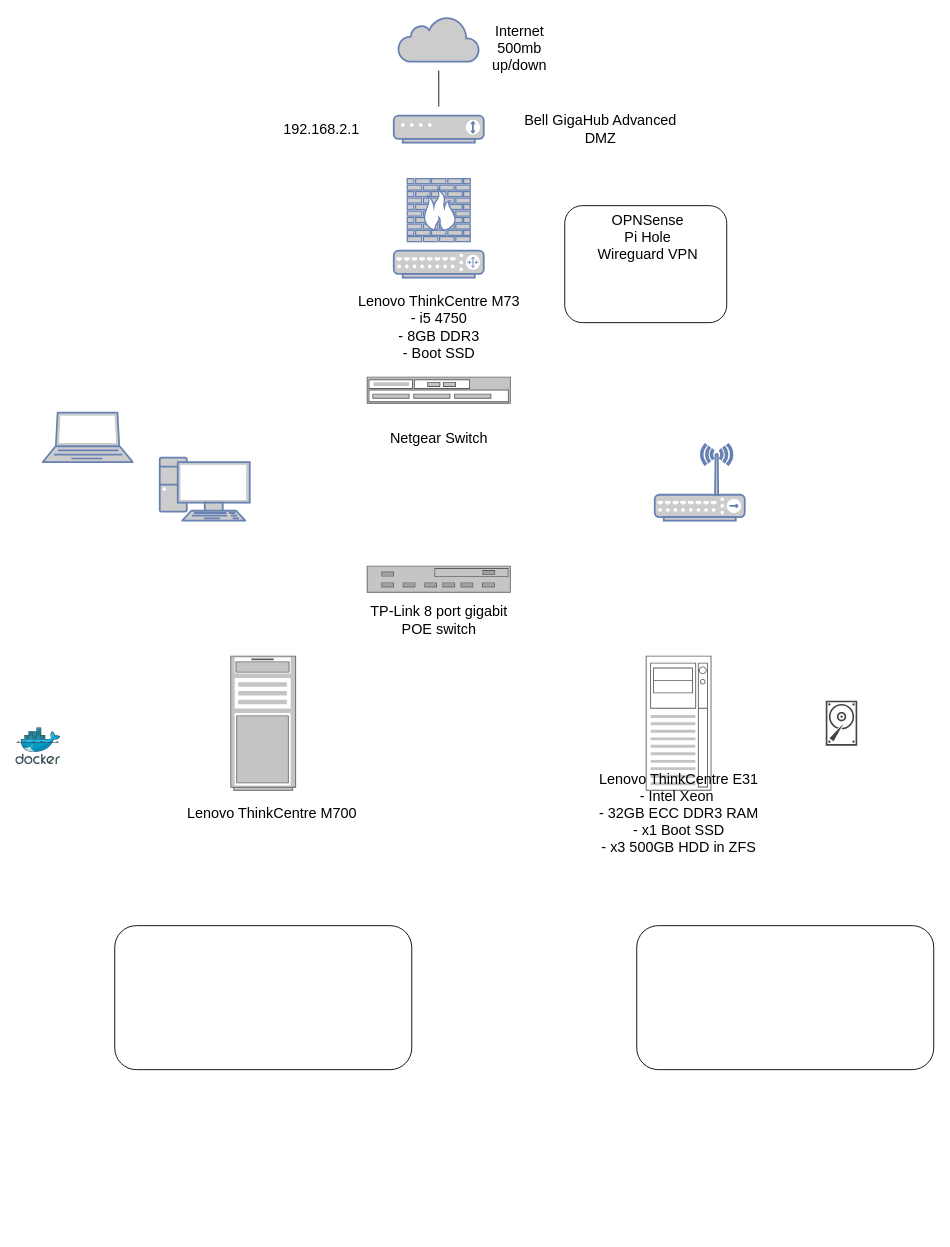
The draw.io diagram network-diagram.drawio in lawrence-matsuoka/home-server, before the edit. Source tidied: cells renumbered, new cells numbered last; positions are measured from the earlier drawing's top-left corner, leaving out a move shared by most shapes. Both pictures are drawn from the tidied source at 90%, with x=0, y=0 at pixel (15, 16).
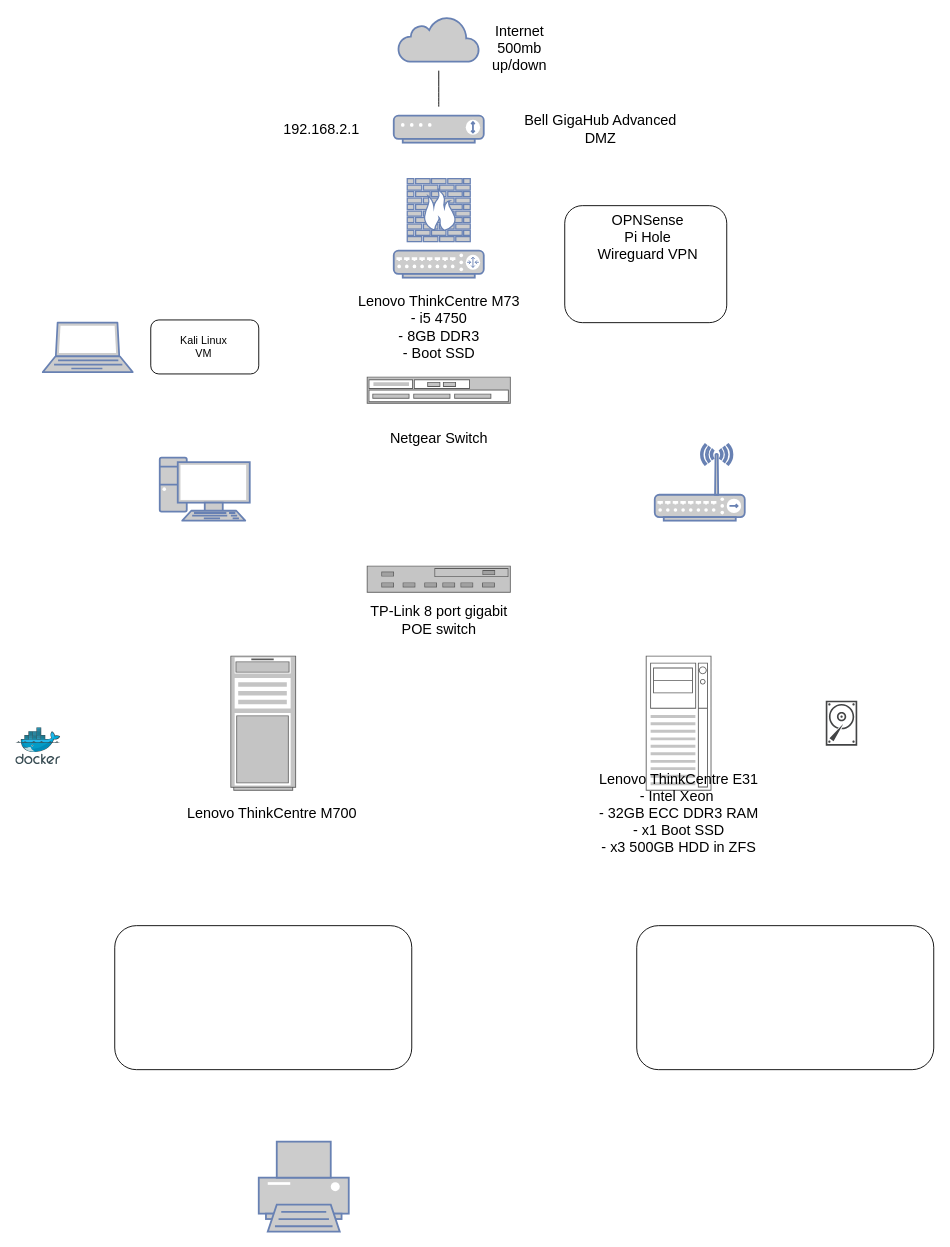
Above is the later version.

Commit message (it also covers changes not shown here):
add details for truenas scale machine

What changed in the source:
```diff
@@
     <mxCell id="10" style="fontColor=#0066CC;verticalAlign=top;verticalLabelPosition=bottom;labelPosition=center;align=center;html=1;fillColor=#CCCCCC;strokeColor=#6881B3;gradientColor=none;gradientDirection=north;strokeWidth=2;shape=mxgraph.networks.laptop;" parent="1" vertex="1">
-      <mxGeometry x="30" y="440" width="100" height="55" as="geometry" />
+      <mxGeometry x="30" y="340" width="100" height="55" as="geometry" />
     </mxCell>
@@
+    <mxCell id="28" style="fontColor=#0066CC;verticalAlign=top;verticalLabelPosition=bottom;labelPosition=center;align=center;html=1;fillColor=#CCCCCC;strokeColor=#6881B3;gradientColor=none;gradientDirection=north;strokeWidth=2;shape=mxgraph.networks.printer;" parent="1" vertex="1">
+      <mxGeometry x="270" y="1250" width="100" height="100" as="geometry" />
+    </mxCell>
+    <mxCell id="29" style="rounded=1;whiteSpace=wrap;html=1;" parent="1" vertex="1">
+      <mxGeometry x="150" y="337" width="120" height="60" as="geometry" />
+    </mxCell>
+    <mxCell id="30" value="Kali Linux VM" style="text;html=1;align=center;verticalAlign=middle;whiteSpace=wrap;rounded=0;" parent="1" vertex="1">
+      <mxGeometry x="179" y="352" width="60" height="30" as="geometry" />
+    </mxCell>
```
